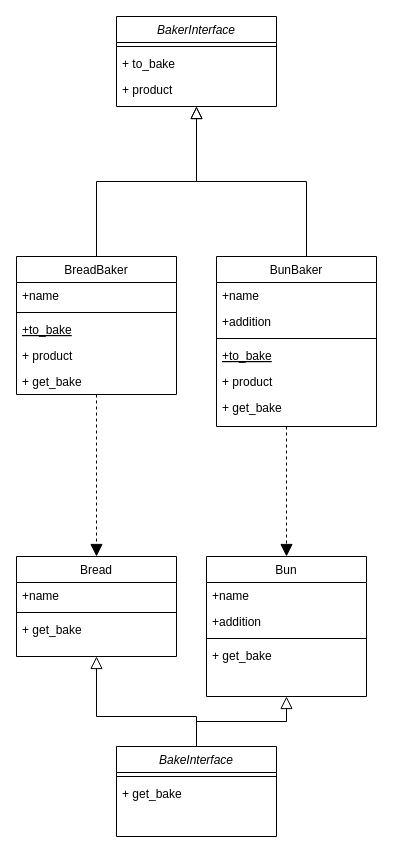
This is Диаграмма без названия.drawio from cookArehere/patterns, a draw.io file, before an edit. Source tidied: cells renumbered, new cells numbered last; positions are measured from the earlier drawing's top-left corner, leaving out a move shared by most shapes. Both pictures are drawn from the tidied source at 100%, with x=0, y=0 at pixel (16, 16).
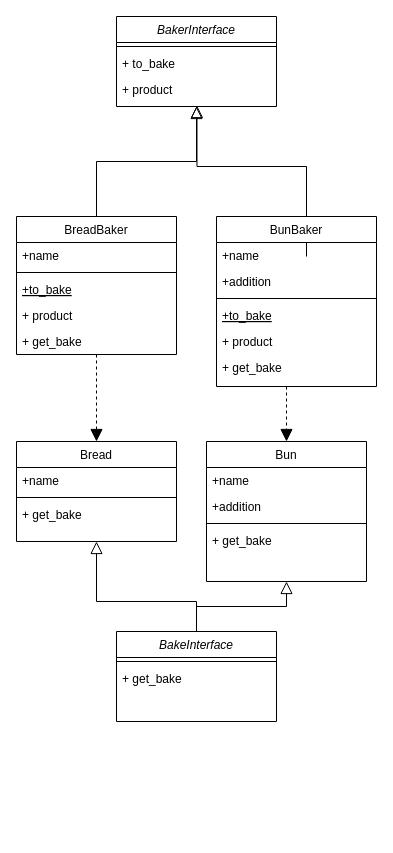
After the change.

Unchanged cells that the change refers to:
```xml
<mxCell id="2" value="BakerInterface" style="swimlane;fontStyle=2;align=center;verticalAlign=top;horizontal=1;startSize=26;rounded=0;shadow=0;strokeWidth=1;" parent="1" vertex="1">
  <mxGeometry x="100" width="160" height="90" as="geometry" />
</mxCell>
<mxCell id="5" value="+ product" style="text;align=left;verticalAlign=top;spacingLeft=4;spacingRight=4;overflow=hidden;points=[[0,0.5],[1,0.5]];portConstraint=eastwest;" parent="2" vertex="1">
  <mxGeometry y="60" width="160" height="26" as="geometry" />
</mxCell>
```

Diff of the diagram source:
```diff
@@
     <mxCell id="7" value="BreadBaker" style="swimlane;fontStyle=0;align=center;verticalAlign=top;horizontal=1;startSize=26;rounded=0;shadow=0;strokeWidth=1;" parent="1" vertex="1">
-      <mxGeometry y="240" width="160" height="138" as="geometry" />
+      <mxGeometry y="200" width="160" height="138" as="geometry" />
     </mxCell>
@@
-    <mxCell id="14" style="endArrow=block;endSize=10;endFill=0;shadow=0;strokeWidth=1;rounded=0;edgeStyle=elbowEdgeStyle;elbow=vertical;" parent="1" edge="1" target="2">
+    <mxCell id="14" style="endArrow=block;endSize=10;endFill=0;shadow=0;strokeWidth=1;rounded=0;edgeStyle=elbowEdgeStyle;elbow=vertical;entryX=0.503;entryY=1.115;entryDx=0;entryDy=0;entryPerimeter=0;" parent="1" edge="1" target="5">
       <mxGeometry relative="1" as="geometry">
         <mxPoint x="290" y="240" as="sourcePoint" />
+        <Array as="points">
+          <mxPoint x="240" y="150" />
+        </Array>
       </mxGeometry>
     </mxCell>
     <mxCell id="15" style="edgeStyle=orthogonalEdgeStyle;rounded=0;jettySize=auto;html=1;dashed=1;endArrow=block;endFill=1;endSize=10;entryX=0.5;entryY=0;entryDx=0;entryDy=0;" parent="1" edge="1" source="16" target="32">
       <mxGeometry relative="1" as="geometry">
         <Array as="points">
-          <mxPoint x="270" y="440" />
-          <mxPoint x="270" y="440" />
+          <mxPoint x="270" y="400" />
+          <mxPoint x="270" y="400" />
         </Array>
       </mxGeometry>
     </mxCell>
     <mxCell id="16" value="BunBaker" style="swimlane;fontStyle=0;align=center;verticalAlign=top;horizontal=1;startSize=26;rounded=0;shadow=0;strokeWidth=1;" parent="1" vertex="1">
-      <mxGeometry x="200" y="240" width="160" height="170" as="geometry" />
+      <mxGeometry x="200" y="200" width="160" height="170" as="geometry" />
     </mxCell>
@@
     <mxCell id="23" style="edgeStyle=orthogonalEdgeStyle;rounded=0;jettySize=auto;html=1;entryX=0.5;entryY=1;entryDx=0;entryDy=0;endArrow=block;endFill=0;endSize=10;" parent="1" edge="1" source="25" target="28">
       <mxGeometry relative="1" as="geometry">
         <Array as="points">
-          <mxPoint x="180" y="700" />
-          <mxPoint x="80" y="700" />
+          <mxPoint x="180" y="585" />
+          <mxPoint x="80" y="585" />
         </Array>
       </mxGeometry>
     </mxCell>
@@
     <mxCell id="25" value="BakeInterface" style="swimlane;fontStyle=2;align=center;verticalAlign=top;horizontal=1;startSize=26;rounded=0;shadow=0;strokeWidth=1;" parent="1" vertex="1">
-      <mxGeometry x="100" y="730" width="160" height="90" as="geometry" />
+      <mxGeometry x="100" y="615" width="160" height="90" as="geometry" />
     </mxCell>
@@
     <mxCell id="28" value="Bread" style="swimlane;fontStyle=0;align=center;verticalAlign=top;horizontal=1;startSize=26;rounded=0;shadow=0;strokeWidth=1;" parent="1" vertex="1">
-      <mxGeometry y="540" width="160" height="100" as="geometry" />
+      <mxGeometry y="425" width="160" height="100" as="geometry" />
     </mxCell>
@@
     <mxCell id="32" value="Bun" style="swimlane;fontStyle=0;align=center;verticalAlign=top;horizontal=1;startSize=26;rounded=0;shadow=0;strokeWidth=1;" parent="1" vertex="1">
-      <mxGeometry x="190" y="540" width="160" height="140" as="geometry" />
+      <mxGeometry x="190" y="425" width="160" height="140" as="geometry" />
     </mxCell>
```
